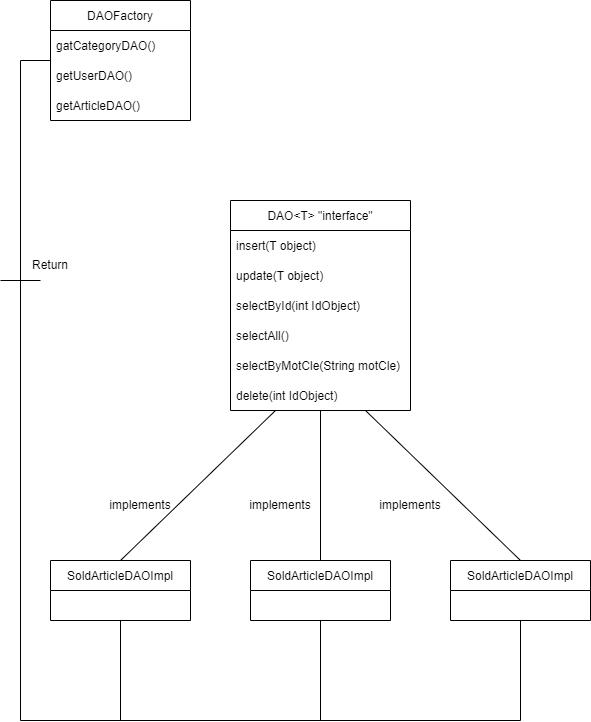
Above: Diagram/Diagram DAL.png in Deadrix/ENCHERES-ENI (draw.io), before the change. Source tidied: cells renumbered, new cells last; positions are measured from the earlier drawing's top-left corner, leaving out a move shared by most shapes.
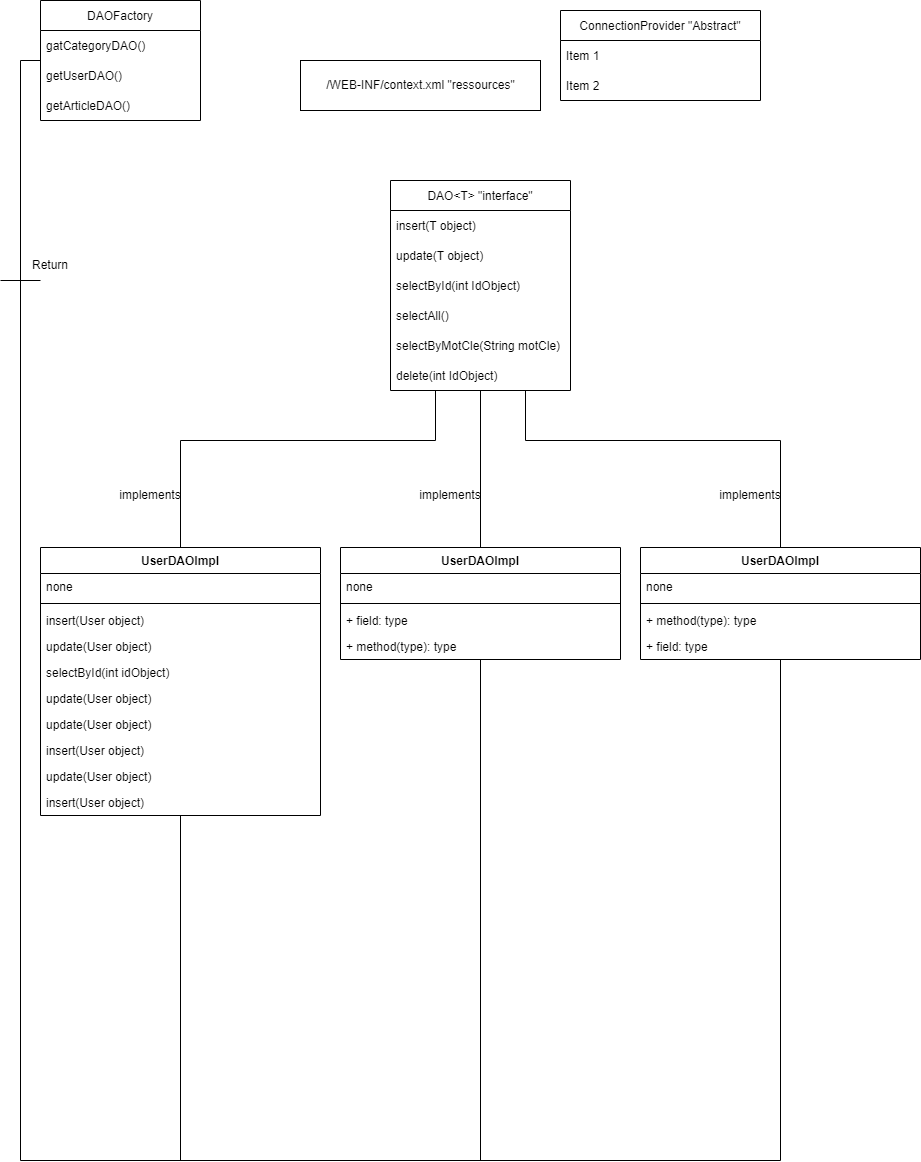
After the commit.

What changed in the source:
```diff
@@ -3,19 +3,19 @@
     <mxCell id="0" />
     <mxCell id="1" parent="0" />
     <mxCell id="2" value="DAOFactory" style="swimlane;fontStyle=0;horizontal=1;startSize=30;" parent="1" vertex="1">
-      <mxGeometry x="50" width="140" height="120" as="geometry" />
+      <mxGeometry x="-60" y="-40" width="160" height="120" as="geometry" />
     </mxCell>
     <mxCell id="3" value="gatCategoryDAO()" style="text;strokeColor=none;fillColor=none;align=left;verticalAlign=middle;spacingLeft=4;spacingRight=4;overflow=hidden;" parent="2" vertex="1">
-      <mxGeometry y="30" width="140" height="30" as="geometry" />
+      <mxGeometry y="30" width="160" height="30" as="geometry" />
     </mxCell>
     <mxCell id="4" value="getUserDAO()" style="text;strokeColor=none;fillColor=none;align=left;verticalAlign=middle;spacingLeft=4;spacingRight=4;overflow=hidden;" parent="2" vertex="1">
-      <mxGeometry y="60" width="140" height="30" as="geometry" />
+      <mxGeometry y="60" width="160" height="30" as="geometry" />
     </mxCell>
     <mxCell id="5" value="getArticleDAO()" style="text;strokeColor=none;fillColor=none;align=left;verticalAlign=middle;spacingLeft=4;spacingRight=4;overflow=hidden;" parent="2" vertex="1">
-      <mxGeometry y="90" width="140" height="30" as="geometry" />
+      <mxGeometry y="90" width="160" height="30" as="geometry" />
     </mxCell>
     <mxCell id="6" value="DAO&lt;T&gt; &quot;interface&quot;" style="swimlane;fontStyle=0;horizontal=1;startSize=30;" parent="1" vertex="1">
-      <mxGeometry x="230" y="200" width="180" height="210" as="geometry" />
+      <mxGeometry x="290" y="140" width="180" height="210" as="geometry" />
     </mxCell>
     <mxCell id="7" value="insert(T object)" style="text;strokeColor=none;fillColor=none;align=left;verticalAlign=middle;spacingLeft=4;spacingRight=4;overflow=hidden;" parent="6" vertex="1">
       <mxGeometry y="30" width="180" height="30" as="geometry" />
@@ -35,60 +35,136 @@
     <mxCell id="12" value="delete(int IdObject)" style="text;strokeColor=none;fillColor=none;align=left;verticalAlign=middle;spacingLeft=4;spacingRight=4;overflow=hidden;" parent="6" vertex="1">
       <mxGeometry y="180" width="180" height="30" as="geometry" />
     </mxCell>
-    <mxCell id="13" value="SoldArticleDAOImpl" style="swimlane;fontStyle=0;horizontal=1;startSize=30;" parent="1" vertex="1">
-      <mxGeometry x="50" y="560" width="140" height="60" as="geometry" />
-    </mxCell>
-    <mxCell id="14" value="SoldArticleDAOImpl" style="swimlane;fontStyle=0;horizontal=1;startSize=30;" parent="1" vertex="1">
-      <mxGeometry x="250" y="560" width="140" height="60" as="geometry" />
-    </mxCell>
-    <mxCell id="15" value="SoldArticleDAOImpl" style="swimlane;fontStyle=0;horizontal=1;startSize=30;" parent="1" vertex="1">
-      <mxGeometry x="450" y="560" width="140" height="60" as="geometry" />
-    </mxCell>
-    <mxCell id="16" style="endArrow=none;html=1;rounded=0;exitX=0.5;exitY=0;exitDx=0;exitDy=0;entryX=0.25;entryY=1;entryDx=0;entryDy=0;" parent="1" edge="1" source="13" target="6">
-      <mxGeometry relative="1" as="geometry" />
+    <mxCell id="16" style="endArrow=none;html=1;rounded=0;exitX=0.5;exitY=0;exitDx=0;exitDy=0;entryX=0.25;entryY=1;entryDx=0;entryDy=0;" parent="1" edge="1" source="31" target="6">
+      <mxGeometry relative="1" as="geometry">
+        <Array as="points">
+          <mxPoint x="80" y="400" />
+          <mxPoint x="335" y="400" />
+        </Array>
+      </mxGeometry>
     </mxCell>
-    <mxCell id="17" style="endArrow=none;html=1;rounded=0;exitX=0.5;exitY=0;exitDx=0;exitDy=0;entryX=0.5;entryY=1;entryDx=0;entryDy=0;" parent="1" edge="1" source="14" target="6">
+    <mxCell id="17" style="endArrow=none;html=1;rounded=0;entryX=0.5;entryY=1;entryDx=0;entryDy=0;exitX=0.5;exitY=0;exitDx=0;exitDy=0;" parent="1" edge="1" source="42" target="6">
       <mxGeometry relative="1" as="geometry" />
     </mxCell>
-    <mxCell id="18" style="endArrow=none;html=1;rounded=0;entryX=0.75;entryY=1;entryDx=0;entryDy=0;exitX=0.5;exitY=0;exitDx=0;exitDy=0;" parent="1" edge="1" source="15" target="6">
-      <mxGeometry relative="1" as="geometry" />
+    <mxCell id="18" style="endArrow=none;html=1;rounded=0;entryX=0.75;entryY=1;entryDx=0;entryDy=0;exitX=0.5;exitY=0;exitDx=0;exitDy=0;" parent="1" edge="1" source="47" target="6">
+      <mxGeometry relative="1" as="geometry">
+        <Array as="points">
+          <mxPoint x="680" y="400" />
+          <mxPoint x="425" y="400" />
+        </Array>
+      </mxGeometry>
     </mxCell>
     <mxCell id="19" value="implements" style="text;html=1;strokeColor=none;fillColor=none;align=center;verticalAlign=middle;whiteSpace=wrap;rounded=0;" parent="1" vertex="1">
-      <mxGeometry x="110" y="490" width="60" height="30" as="geometry" />
+      <mxGeometry x="320" y="440" width="60" height="30" as="geometry" />
     </mxCell>
     <mxCell id="20" value="implements" style="text;html=1;strokeColor=none;fillColor=none;align=center;verticalAlign=middle;whiteSpace=wrap;rounded=0;" parent="1" vertex="1">
-      <mxGeometry x="250" y="490" width="60" height="30" as="geometry" />
+      <mxGeometry x="20" y="440" width="60" height="30" as="geometry" />
     </mxCell>
     <mxCell id="21" value="implements" style="text;html=1;strokeColor=none;fillColor=none;align=center;verticalAlign=middle;whiteSpace=wrap;rounded=0;rotation=0;" parent="1" vertex="1">
-      <mxGeometry x="380" y="490" width="60" height="30" as="geometry" />
+      <mxGeometry x="620" y="440" width="60" height="30" as="geometry" />
     </mxCell>
-    <mxCell id="22" style="endArrow=none;html=1;rounded=0;entryX=0;entryY=0.5;entryDx=0;entryDy=0;exitX=0.5;exitY=1;exitDx=0;exitDy=0;" parent="1" edge="1" source="15" target="2">
+    <mxCell id="22" style="endArrow=none;html=1;rounded=0;entryX=0;entryY=0.5;entryDx=0;entryDy=0;exitX=0.5;exitY=1;exitDx=0;exitDy=0;" parent="1" edge="1" source="47" target="2">
       <mxGeometry relative="1" as="geometry">
         <Array as="points">
-          <mxPoint x="520" y="720" />
-          <mxPoint x="20" y="720" />
-          <mxPoint x="20" y="60" />
+          <mxPoint x="680" y="1120" />
+          <mxPoint x="-80" y="1120" />
+          <mxPoint x="-80" y="20" />
         </Array>
       </mxGeometry>
     </mxCell>
-    <mxCell id="23" style="endArrow=none;html=1;rounded=0;entryX=0.5;entryY=1;entryDx=0;entryDy=0;" parent="1" edge="1" target="14">
+    <mxCell id="23" style="endArrow=none;html=1;rounded=0;entryX=0.5;entryY=1;entryDx=0;entryDy=0;" parent="1" edge="1" target="42">
       <mxGeometry relative="1" as="geometry">
-        <mxPoint x="320" y="720" as="sourcePoint" />
+        <mxPoint x="380" y="1120" as="sourcePoint" />
       </mxGeometry>
     </mxCell>
-    <mxCell id="24" style="endArrow=none;html=1;rounded=0;exitX=0.5;exitY=1;exitDx=0;exitDy=0;" parent="1" edge="1" source="13">
+    <mxCell id="24" style="endArrow=none;html=1;rounded=0;exitX=0.5;exitY=1;exitDx=0;exitDy=0;" parent="1" edge="1" source="31">
       <mxGeometry relative="1" as="geometry">
-        <mxPoint x="120" y="720" as="targetPoint" />
+        <mxPoint x="80" y="1120" as="targetPoint" />
       </mxGeometry>
     </mxCell>
     <mxCell id="25" style="endArrow=none;html=1;rounded=0;" parent="1" edge="1">
       <mxGeometry relative="1" as="geometry">
-        <mxPoint y="280" as="sourcePoint" />
-        <mxPoint x="40" y="280" as="targetPoint" />
+        <mxPoint x="-100" y="240" as="sourcePoint" />
+        <mxPoint x="-60" y="240" as="targetPoint" />
       </mxGeometry>
     </mxCell>
     <mxCell id="26" value="Return" style="text;html=1;strokeColor=none;fillColor=none;align=center;verticalAlign=middle;whiteSpace=wrap;rounded=0;" parent="1" vertex="1">
-      <mxGeometry x="20" y="250" width="60" height="30" as="geometry" />
+      <mxGeometry x="-80" y="210" width="60" height="30" as="geometry" />
     </mxCell>
+    <mxCell id="27" value="ConnectionProvider &quot;Abstract&quot;" style="swimlane;fontStyle=0;horizontal=1;startSize=30;" parent="1" vertex="1">
+      <mxGeometry x="460" y="-30" width="200" height="90" as="geometry" />
+    </mxCell>
+    <mxCell id="28" value="Item 1" style="text;strokeColor=none;fillColor=none;align=left;verticalAlign=middle;spacingLeft=4;spacingRight=4;overflow=hidden;" parent="27" vertex="1">
+      <mxGeometry y="30" width="200" height="30" as="geometry" />
+    </mxCell>
+    <mxCell id="29" value="Item 2" style="text;strokeColor=none;fillColor=none;align=left;verticalAlign=middle;spacingLeft=4;spacingRight=4;overflow=hidden;" parent="27" vertex="1">
+      <mxGeometry y="60" width="200" height="30" as="geometry" />
+    </mxCell>
+    <mxCell id="30" value="/WEB-INF/context.xml &quot;ressources&quot;" style="html=1;" parent="1" vertex="1">
+      <mxGeometry x="200" y="20" width="240" height="50" as="geometry" />
+    </mxCell>
+    <mxCell id="31" value="UserDAOImpl" style="swimlane;fontStyle=1;align=center;verticalAlign=top;horizontal=1;startSize=26;" parent="1" vertex="1">
+      <mxGeometry x="-60" y="507" width="280" height="268" as="geometry" />
+    </mxCell>
+    <mxCell id="32" value="none" style="text;strokeColor=none;fillColor=none;align=left;verticalAlign=top;spacingLeft=4;spacingRight=4;overflow=hidden;" parent="31" vertex="1">
+      <mxGeometry y="26" width="280" height="26" as="geometry" />
+    </mxCell>
+    <mxCell id="33" style="line;strokeWidth=1;fillColor=none;align=left;verticalAlign=middle;spacingTop=-1;spacingLeft=3;spacingRight=3;labelPosition=right;" parent="31" vertex="1">
+      <mxGeometry y="52" width="280" height="8" as="geometry" />
+    </mxCell>
+    <mxCell id="34" value="insert(User object)" style="text;strokeColor=none;fillColor=none;align=left;verticalAlign=top;spacingLeft=4;spacingRight=4;overflow=hidden;" parent="31" vertex="1">
+      <mxGeometry y="60" width="280" height="26" as="geometry" />
+    </mxCell>
+    <mxCell id="35" value="update(User object)" style="text;strokeColor=none;fillColor=none;align=left;verticalAlign=top;spacingLeft=4;spacingRight=4;overflow=hidden;" parent="31" vertex="1">
+      <mxGeometry y="86" width="280" height="26" as="geometry" />
+    </mxCell>
+    <mxCell id="36" value="selectById(int idObject)" style="text;strokeColor=none;fillColor=none;align=left;verticalAlign=top;spacingLeft=4;spacingRight=4;overflow=hidden;" parent="31" vertex="1">
+      <mxGeometry y="112" width="280" height="26" as="geometry" />
+    </mxCell>
+    <mxCell id="37" value="update(User object)" style="text;strokeColor=none;fillColor=none;align=left;verticalAlign=top;spacingLeft=4;spacingRight=4;overflow=hidden;" parent="31" vertex="1">
+      <mxGeometry y="138" width="280" height="26" as="geometry" />
+    </mxCell>
+    <mxCell id="38" value="update(User object)" style="text;strokeColor=none;fillColor=none;align=left;verticalAlign=top;spacingLeft=4;spacingRight=4;overflow=hidden;" parent="31" vertex="1">
+      <mxGeometry y="164" width="280" height="26" as="geometry" />
+    </mxCell>
+    <mxCell id="39" value="insert(User object)" style="text;strokeColor=none;fillColor=none;align=left;verticalAlign=top;spacingLeft=4;spacingRight=4;overflow=hidden;" parent="31" vertex="1">
+      <mxGeometry y="190" width="280" height="26" as="geometry" />
+    </mxCell>
+    <mxCell id="40" value="update(User object)" style="text;strokeColor=none;fillColor=none;align=left;verticalAlign=top;spacingLeft=4;spacingRight=4;overflow=hidden;" parent="31" vertex="1">
+      <mxGeometry y="216" width="280" height="26" as="geometry" />
+    </mxCell>
+    <mxCell id="41" value="insert(User object)" style="text;strokeColor=none;fillColor=none;align=left;verticalAlign=top;spacingLeft=4;spacingRight=4;overflow=hidden;" parent="31" vertex="1">
+      <mxGeometry y="242" width="280" height="26" as="geometry" />
+    </mxCell>
+    <mxCell id="42" value="UserDAOImpl" style="swimlane;fontStyle=1;align=center;verticalAlign=top;horizontal=1;startSize=26;" parent="1" vertex="1">
+      <mxGeometry x="240" y="507" width="280" height="112" as="geometry" />
+    </mxCell>
+    <mxCell id="43" value="none" style="text;strokeColor=none;fillColor=none;align=left;verticalAlign=top;spacingLeft=4;spacingRight=4;overflow=hidden;" parent="42" vertex="1">
+      <mxGeometry y="26" width="280" height="26" as="geometry" />
+    </mxCell>
+    <mxCell id="44" style="line;strokeWidth=1;fillColor=none;align=left;verticalAlign=middle;spacingTop=-1;spacingLeft=3;spacingRight=3;labelPosition=right;" parent="42" vertex="1">
+      <mxGeometry y="52" width="280" height="8" as="geometry" />
+    </mxCell>
+    <mxCell id="45" value="+ field: type" style="text;strokeColor=none;fillColor=none;align=left;verticalAlign=top;spacingLeft=4;spacingRight=4;overflow=hidden;" parent="42" vertex="1">
+      <mxGeometry y="60" width="280" height="26" as="geometry" />
+    </mxCell>
+    <mxCell id="46" value="+ method(type): type" style="text;strokeColor=none;fillColor=none;align=left;verticalAlign=top;spacingLeft=4;spacingRight=4;overflow=hidden;" parent="42" vertex="1">
+      <mxGeometry y="86" width="280" height="26" as="geometry" />
+    </mxCell>
+    <mxCell id="47" value="UserDAOImpl" style="swimlane;fontStyle=1;align=center;verticalAlign=top;horizontal=1;startSize=26;" parent="1" vertex="1">
+      <mxGeometry x="540" y="507" width="280" height="112" as="geometry" />
+    </mxCell>
+    <mxCell id="48" value="none" style="text;strokeColor=none;fillColor=none;align=left;verticalAlign=top;spacingLeft=4;spacingRight=4;overflow=hidden;" parent="47" vertex="1">
+      <mxGeometry y="26" width="280" height="26" as="geometry" />
+    </mxCell>
+    <mxCell id="49" style="line;strokeWidth=1;fillColor=none;align=left;verticalAlign=middle;spacingTop=-1;spacingLeft=3;spacingRight=3;labelPosition=right;" parent="47" vertex="1">
+      <mxGeometry y="52" width="280" height="8" as="geometry" />
+    </mxCell>
+    <mxCell id="50" value="+ method(type): type" style="text;strokeColor=none;fillColor=none;align=left;verticalAlign=top;spacingLeft=4;spacingRight=4;overflow=hidden;" parent="47" vertex="1">
+      <mxGeometry y="60" width="280" height="26" as="geometry" />
+    </mxCell>
+    <mxCell id="51" value="+ field: type" style="text;strokeColor=none;fillColor=none;align=left;verticalAlign=top;spacingLeft=4;spacingRight=4;overflow=hidden;" parent="47" vertex="1">
+      <mxGeometry y="86" width="280" height="26" as="geometry" />
+    </mxCell>
   </root>
 </mxGraphModel>
```
